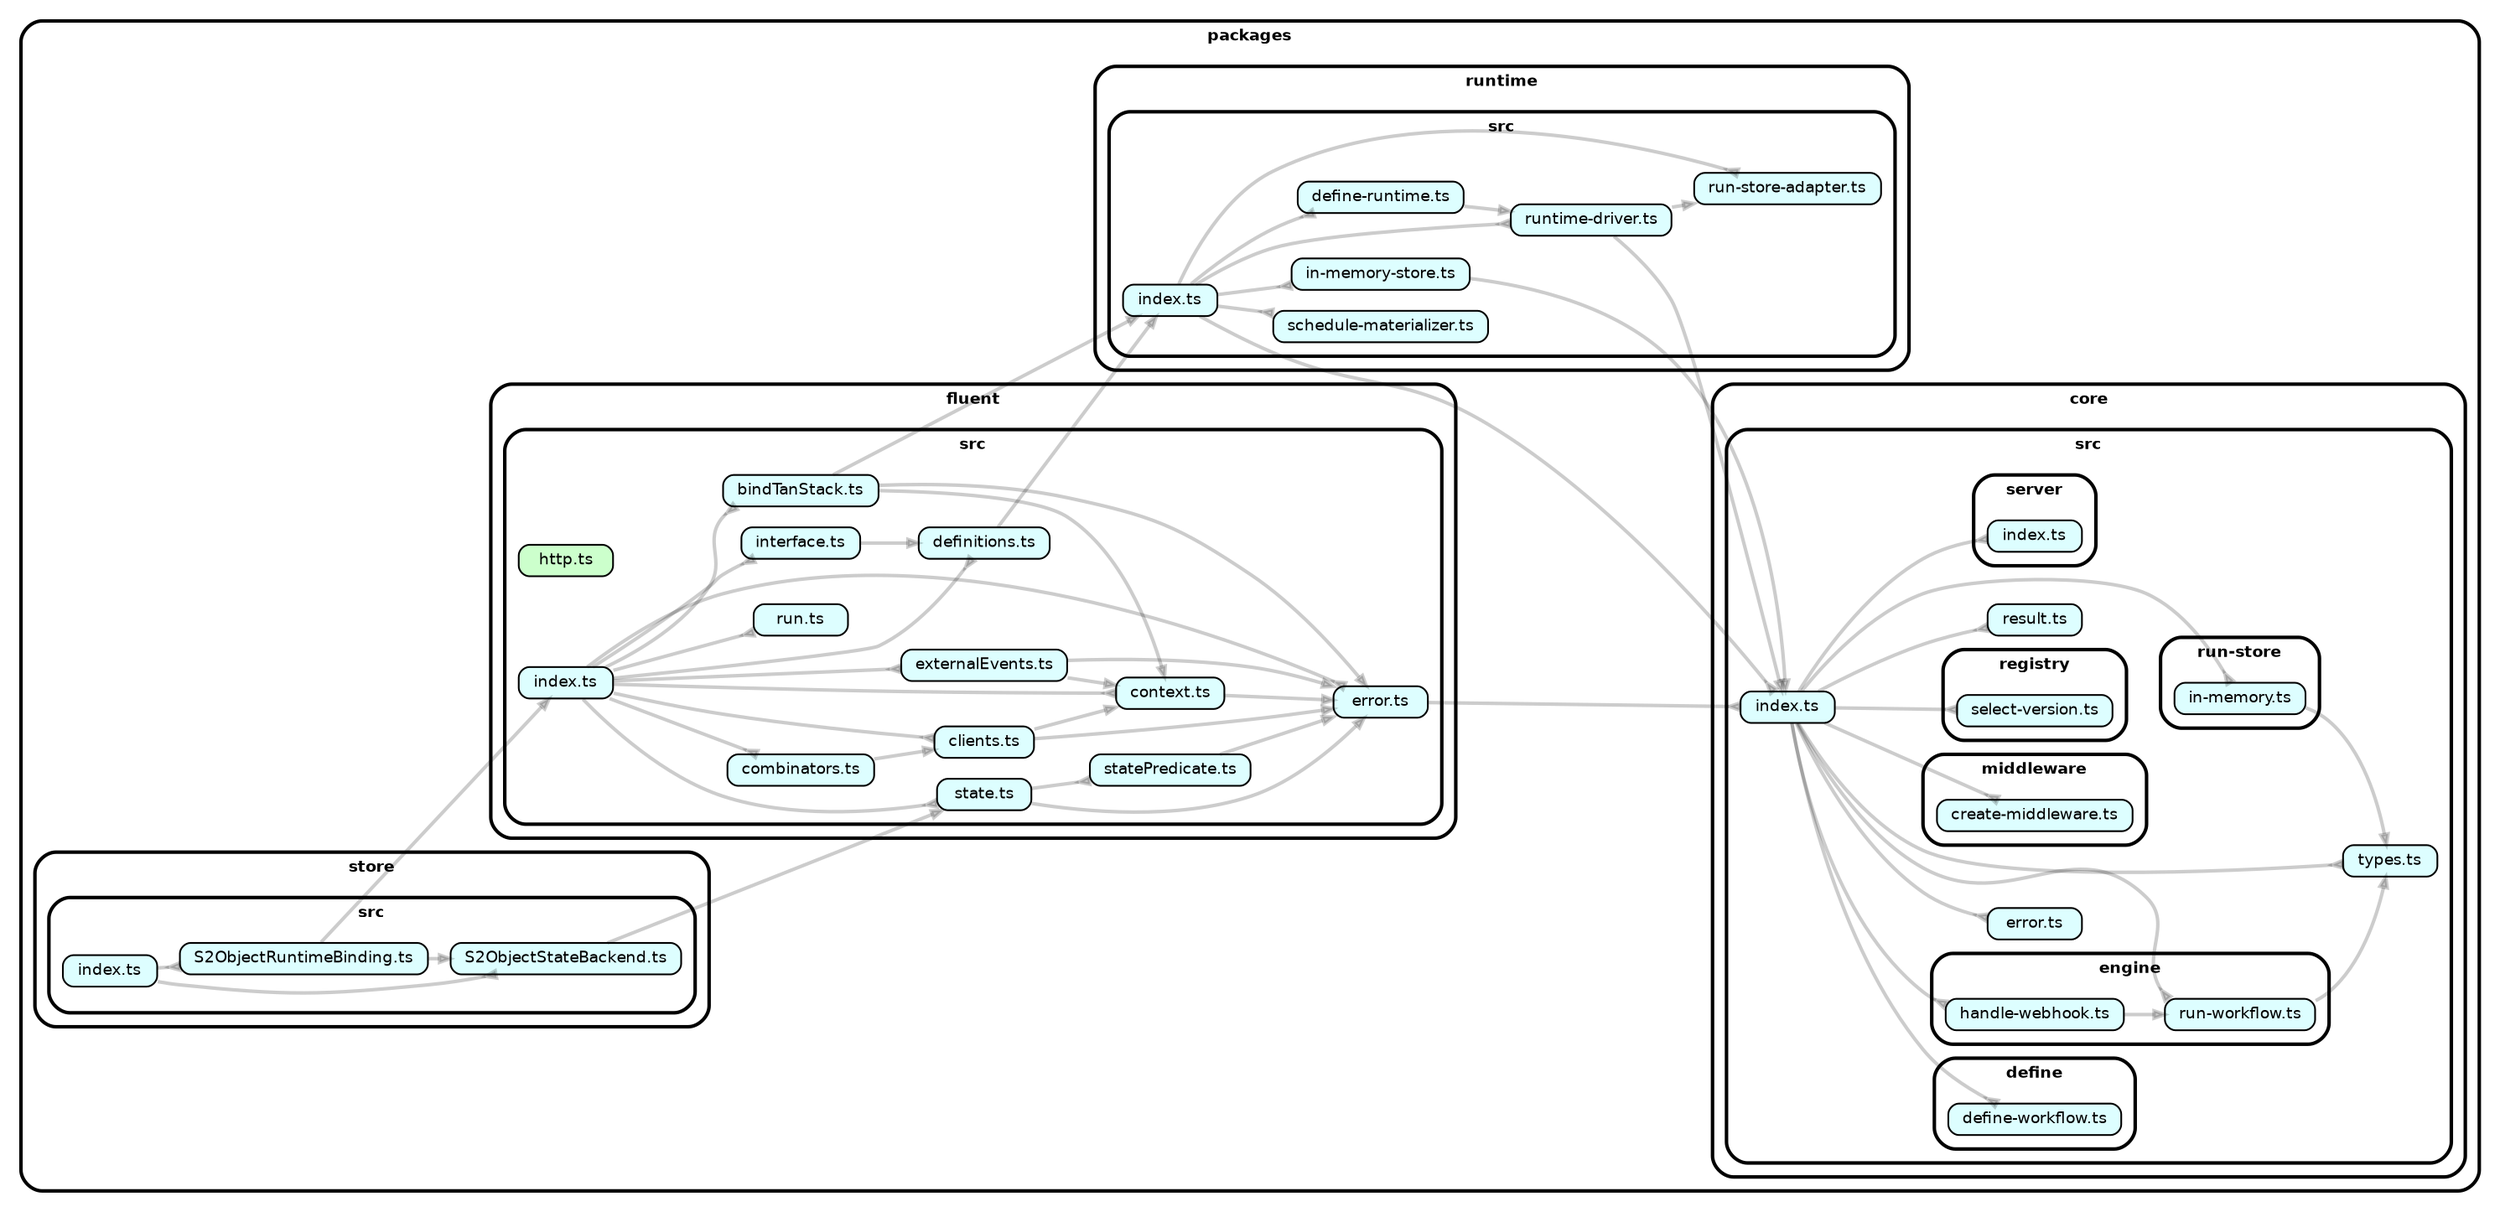
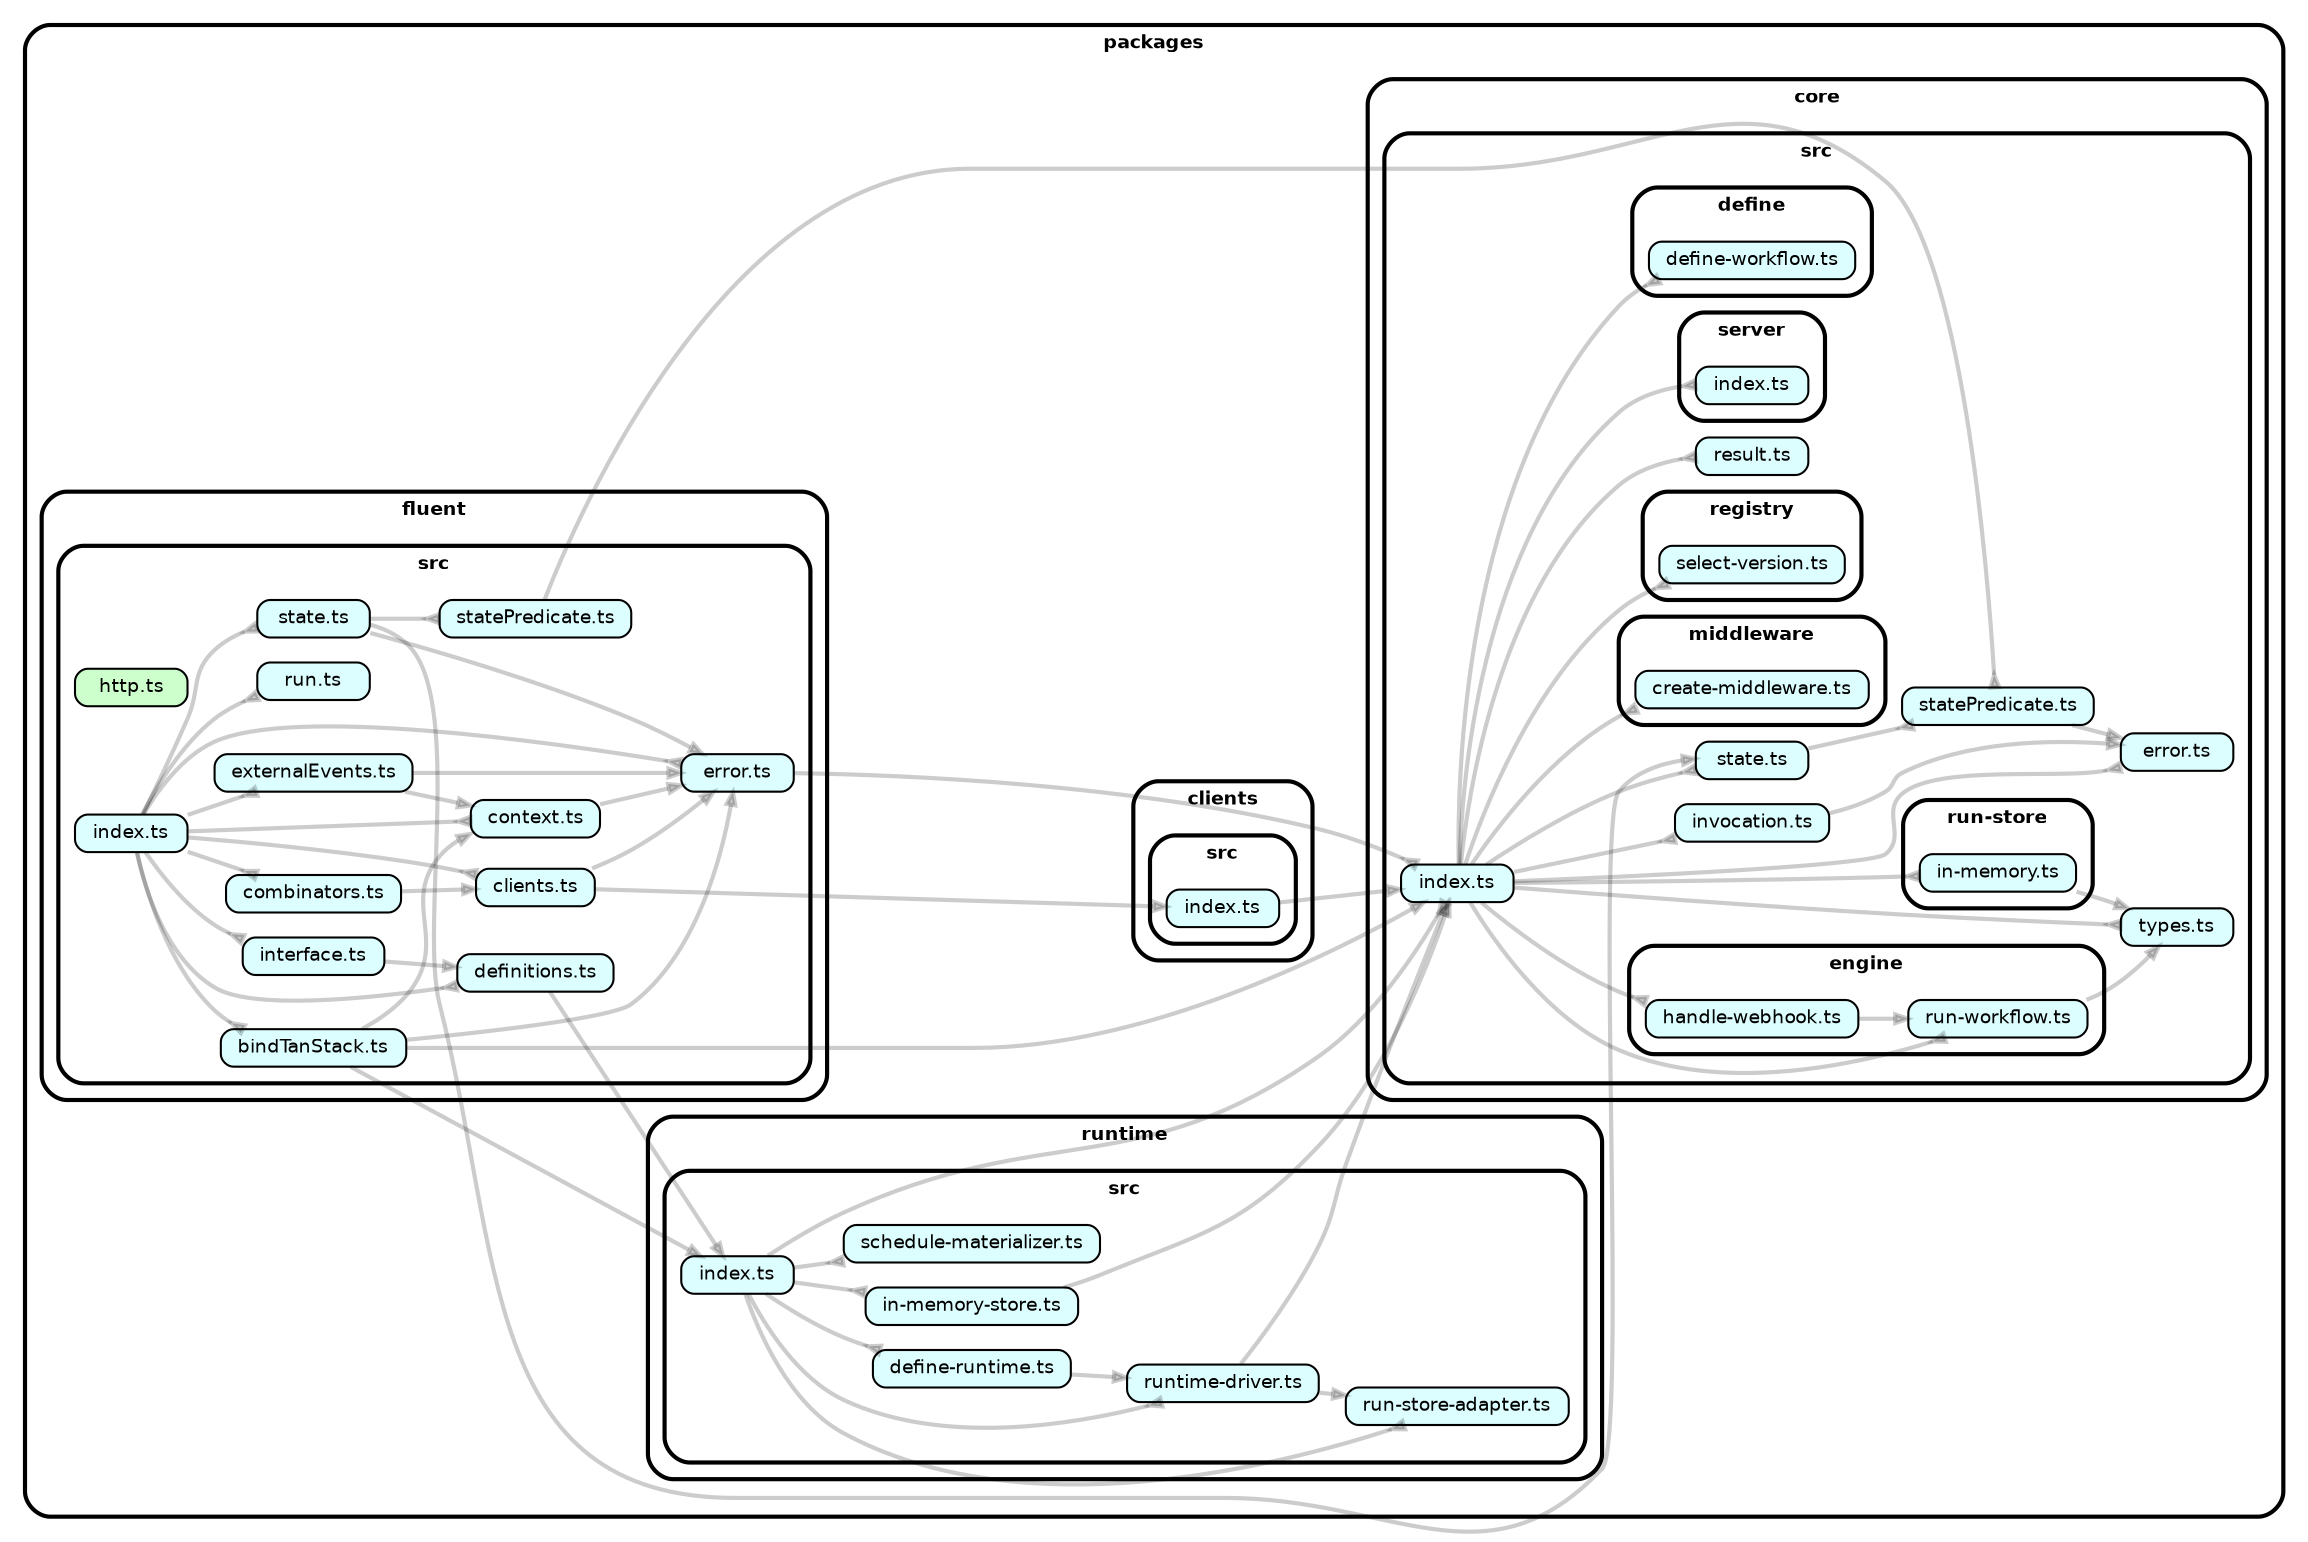
strict digraph "dependency-cruiser output"{
    rankdir="LR" splines="true" overlap="false" nodesep="0.16" ranksep="0.18" fontname="Helvetica-bold" fontsize="9" style="rounded,bold,filled" fillcolor="#ffffff" compound="true"
    node [shape="box" style="rounded, filled" height="0.2" color="black" fillcolor="#ffffcc" fontcolor="black" fontname="Helvetica" fontsize="9"]
    edge [arrowhead="normal" arrowsize="0.6" penwidth="2.0" color="#00000033" fontname="Helvetica" fontsize="9"]

+     subgraph "cluster_packages" {label="packages" subgraph "cluster_packages/clients" {label="clients" subgraph "cluster_packages/clients/src" {label="src" "packages/clients/src/index.ts" [label=<index.ts> tooltip="index.ts" URL="packages/clients/src/index.ts" fillcolor="#ddfeff"] } } }
+     "packages/clients/src/index.ts" -> "packages/core/src/index.ts"
    subgraph "cluster_packages" {label="packages" subgraph "cluster_packages/core" {label="core" subgraph "cluster_packages/core/src" {label="src" subgraph "cluster_packages/core/src/define" {label="define" "packages/core/src/define/define-workflow.ts" [label=<define-workflow.ts> tooltip="define-workflow.ts" URL="packages/core/src/define/define-workflow.ts" fillcolor="#ddfeff"] } } } }
    subgraph "cluster_packages" {label="packages" subgraph "cluster_packages/core" {label="core" subgraph "cluster_packages/core/src" {label="src" subgraph "cluster_packages/core/src/engine" {label="engine" "packages/core/src/engine/handle-webhook.ts" [label=<handle-webhook.ts> tooltip="handle-webhook.ts" URL="packages/core/src/engine/handle-webhook.ts" fillcolor="#ddfeff"] } } } }
    "packages/core/src/engine/handle-webhook.ts" -> "packages/core/src/engine/run-workflow.ts"
    subgraph "cluster_packages" {label="packages" subgraph "cluster_packages/core" {label="core" subgraph "cluster_packages/core/src" {label="src" subgraph "cluster_packages/core/src/engine" {label="engine" "packages/core/src/engine/run-workflow.ts" [label=<run-workflow.ts> tooltip="run-workflow.ts" URL="packages/core/src/engine/run-workflow.ts" fillcolor="#ddfeff"] } } } }
    "packages/core/src/engine/run-workflow.ts" -> "packages/core/src/types.ts"
    subgraph "cluster_packages" {label="packages" subgraph "cluster_packages/core" {label="core" subgraph "cluster_packages/core/src" {label="src" "packages/core/src/error.ts" [label=<error.ts> tooltip="error.ts" URL="packages/core/src/error.ts" fillcolor="#ddfeff"] } } }
    subgraph "cluster_packages" {label="packages" subgraph "cluster_packages/core" {label="core" subgraph "cluster_packages/core/src" {label="src" "packages/core/src/index.ts" [label=<index.ts> tooltip="index.ts" URL="packages/core/src/index.ts" fillcolor="#ddfeff"] } } }
    "packages/core/src/index.ts" -> "packages/core/src/define/define-workflow.ts" [arrowhead="inv"]
    "packages/core/src/index.ts" -> "packages/core/src/engine/handle-webhook.ts" [arrowhead="inv"]
    "packages/core/src/index.ts" -> "packages/core/src/engine/run-workflow.ts" [arrowhead="inv"]
    "packages/core/src/index.ts" -> "packages/core/src/error.ts" [arrowhead="inv"]
+     "packages/core/src/index.ts" -> "packages/core/src/invocation.ts" [arrowhead="inv"]
    "packages/core/src/index.ts" -> "packages/core/src/middleware/create-middleware.ts" [arrowhead="inv"]
    "packages/core/src/index.ts" -> "packages/core/src/registry/select-version.ts" [arrowhead="inv"]
    "packages/core/src/index.ts" -> "packages/core/src/result.ts" [arrowhead="inv"]
    "packages/core/src/index.ts" -> "packages/core/src/run-store/in-memory.ts" [arrowhead="inv"]
    "packages/core/src/index.ts" -> "packages/core/src/server/index.ts" [arrowhead="inv"]
+     "packages/core/src/index.ts" -> "packages/core/src/state.ts" [arrowhead="inv"]
    "packages/core/src/index.ts" -> "packages/core/src/types.ts" [arrowhead="inv"]
+     subgraph "cluster_packages" {label="packages" subgraph "cluster_packages/core" {label="core" subgraph "cluster_packages/core/src" {label="src" "packages/core/src/invocation.ts" [label=<invocation.ts> tooltip="invocation.ts" URL="packages/core/src/invocation.ts" fillcolor="#ddfeff"] } } }
+     "packages/core/src/invocation.ts" -> "packages/core/src/error.ts"
    subgraph "cluster_packages" {label="packages" subgraph "cluster_packages/core" {label="core" subgraph "cluster_packages/core/src" {label="src" subgraph "cluster_packages/core/src/middleware" {label="middleware" "packages/core/src/middleware/create-middleware.ts" [label=<create-middleware.ts> tooltip="create-middleware.ts" URL="packages/core/src/middleware/create-middleware.ts" fillcolor="#ddfeff"] } } } }
    subgraph "cluster_packages" {label="packages" subgraph "cluster_packages/core" {label="core" subgraph "cluster_packages/core/src" {label="src" subgraph "cluster_packages/core/src/registry" {label="registry" "packages/core/src/registry/select-version.ts" [label=<select-version.ts> tooltip="select-version.ts" URL="packages/core/src/registry/select-version.ts" fillcolor="#ddfeff"] } } } }
    subgraph "cluster_packages" {label="packages" subgraph "cluster_packages/core" {label="core" subgraph "cluster_packages/core/src" {label="src" "packages/core/src/result.ts" [label=<result.ts> tooltip="result.ts" URL="packages/core/src/result.ts" fillcolor="#ddfeff"] } } }
    subgraph "cluster_packages" {label="packages" subgraph "cluster_packages/core" {label="core" subgraph "cluster_packages/core/src" {label="src" subgraph "cluster_packages/core/src/run-store" {label="run-store" "packages/core/src/run-store/in-memory.ts" [label=<in-memory.ts> tooltip="in-memory.ts" URL="packages/core/src/run-store/in-memory.ts" fillcolor="#ddfeff"] } } } }
    "packages/core/src/run-store/in-memory.ts" -> "packages/core/src/types.ts"
    subgraph "cluster_packages" {label="packages" subgraph "cluster_packages/core" {label="core" subgraph "cluster_packages/core/src" {label="src" subgraph "cluster_packages/core/src/server" {label="server" "packages/core/src/server/index.ts" [label=<index.ts> tooltip="index.ts" URL="packages/core/src/server/index.ts" fillcolor="#ddfeff"] } } } }
+     subgraph "cluster_packages" {label="packages" subgraph "cluster_packages/core" {label="core" subgraph "cluster_packages/core/src" {label="src" "packages/core/src/state.ts" [label=<state.ts> tooltip="state.ts" URL="packages/core/src/state.ts" fillcolor="#ddfeff"] } } }
+     "packages/core/src/state.ts" -> "packages/core/src/statePredicate.ts" [arrowhead="inv"]
+     subgraph "cluster_packages" {label="packages" subgraph "cluster_packages/core" {label="core" subgraph "cluster_packages/core/src" {label="src" "packages/core/src/statePredicate.ts" [label=<statePredicate.ts> tooltip="statePredicate.ts" URL="packages/core/src/statePredicate.ts" fillcolor="#ddfeff"] } } }
+     "packages/core/src/statePredicate.ts" -> "packages/core/src/error.ts"
    subgraph "cluster_packages" {label="packages" subgraph "cluster_packages/core" {label="core" subgraph "cluster_packages/core/src" {label="src" "packages/core/src/types.ts" [label=<types.ts> tooltip="types.ts" URL="packages/core/src/types.ts" fillcolor="#ddfeff"] } } }
    subgraph "cluster_packages" {label="packages" subgraph "cluster_packages/fluent" {label="fluent" subgraph "cluster_packages/fluent/src" {label="src" "packages/fluent/src/bindTanStack.ts" [label=<bindTanStack.ts> tooltip="bindTanStack.ts" URL="packages/fluent/src/bindTanStack.ts" fillcolor="#ddfeff"] } } }
    "packages/fluent/src/bindTanStack.ts" -> "packages/fluent/src/context.ts"
    "packages/fluent/src/bindTanStack.ts" -> "packages/fluent/src/error.ts"
+     "packages/fluent/src/bindTanStack.ts" -> "packages/core/src/index.ts"
    "packages/fluent/src/bindTanStack.ts" -> "packages/runtime/src/index.ts"
    subgraph "cluster_packages" {label="packages" subgraph "cluster_packages/fluent" {label="fluent" subgraph "cluster_packages/fluent/src" {label="src" "packages/fluent/src/clients.ts" [label=<clients.ts> tooltip="clients.ts" URL="packages/fluent/src/clients.ts" fillcolor="#ddfeff"] } } }
-     "packages/fluent/src/clients.ts" -> "packages/fluent/src/context.ts"
    "packages/fluent/src/clients.ts" -> "packages/fluent/src/error.ts"
+     "packages/fluent/src/clients.ts" -> "packages/clients/src/index.ts"
    subgraph "cluster_packages" {label="packages" subgraph "cluster_packages/fluent" {label="fluent" subgraph "cluster_packages/fluent/src" {label="src" "packages/fluent/src/combinators.ts" [label=<combinators.ts> tooltip="combinators.ts" URL="packages/fluent/src/combinators.ts" fillcolor="#ddfeff"] } } }
    "packages/fluent/src/combinators.ts" -> "packages/fluent/src/clients.ts"
    subgraph "cluster_packages" {label="packages" subgraph "cluster_packages/fluent" {label="fluent" subgraph "cluster_packages/fluent/src" {label="src" "packages/fluent/src/context.ts" [label=<context.ts> tooltip="context.ts" URL="packages/fluent/src/context.ts" fillcolor="#ddfeff"] } } }
    "packages/fluent/src/context.ts" -> "packages/fluent/src/error.ts"
    subgraph "cluster_packages" {label="packages" subgraph "cluster_packages/fluent" {label="fluent" subgraph "cluster_packages/fluent/src" {label="src" "packages/fluent/src/definitions.ts" [label=<definitions.ts> tooltip="definitions.ts" URL="packages/fluent/src/definitions.ts" fillcolor="#ddfeff"] } } }
    "packages/fluent/src/definitions.ts" -> "packages/runtime/src/index.ts"
    subgraph "cluster_packages" {label="packages" subgraph "cluster_packages/fluent" {label="fluent" subgraph "cluster_packages/fluent/src" {label="src" "packages/fluent/src/error.ts" [label=<error.ts> tooltip="error.ts" URL="packages/fluent/src/error.ts" fillcolor="#ddfeff"] } } }
    "packages/fluent/src/error.ts" -> "packages/core/src/index.ts" [arrowhead="inv"]
    subgraph "cluster_packages" {label="packages" subgraph "cluster_packages/fluent" {label="fluent" subgraph "cluster_packages/fluent/src" {label="src" "packages/fluent/src/externalEvents.ts" [label=<externalEvents.ts> tooltip="externalEvents.ts" URL="packages/fluent/src/externalEvents.ts" fillcolor="#ddfeff"] } } }
    "packages/fluent/src/externalEvents.ts" -> "packages/fluent/src/context.ts"
    "packages/fluent/src/externalEvents.ts" -> "packages/fluent/src/error.ts"
    subgraph "cluster_packages" {label="packages" subgraph "cluster_packages/fluent" {label="fluent" subgraph "cluster_packages/fluent/src" {label="src" "packages/fluent/src/http.ts" [label=<http.ts> tooltip="http.ts" URL="packages/fluent/src/http.ts" fillcolor="#ccffcc"] } } }
    subgraph "cluster_packages" {label="packages" subgraph "cluster_packages/fluent" {label="fluent" subgraph "cluster_packages/fluent/src" {label="src" "packages/fluent/src/index.ts" [label=<index.ts> tooltip="index.ts" URL="packages/fluent/src/index.ts" fillcolor="#ddfeff"] } } }
    "packages/fluent/src/index.ts" -> "packages/fluent/src/bindTanStack.ts" [arrowhead="inv"]
    "packages/fluent/src/index.ts" -> "packages/fluent/src/clients.ts" [arrowhead="inv"]
    "packages/fluent/src/index.ts" -> "packages/fluent/src/combinators.ts" [arrowhead="inv"]
    "packages/fluent/src/index.ts" -> "packages/fluent/src/context.ts" [arrowhead="inv"]
    "packages/fluent/src/index.ts" -> "packages/fluent/src/definitions.ts" [arrowhead="inv"]
    "packages/fluent/src/index.ts" -> "packages/fluent/src/error.ts" [arrowhead="inv"]
    "packages/fluent/src/index.ts" -> "packages/fluent/src/externalEvents.ts" [arrowhead="inv"]
    "packages/fluent/src/index.ts" -> "packages/fluent/src/interface.ts" [arrowhead="inv"]
    "packages/fluent/src/index.ts" -> "packages/fluent/src/run.ts" [arrowhead="inv"]
    "packages/fluent/src/index.ts" -> "packages/fluent/src/state.ts" [arrowhead="inv"]
    subgraph "cluster_packages" {label="packages" subgraph "cluster_packages/fluent" {label="fluent" subgraph "cluster_packages/fluent/src" {label="src" "packages/fluent/src/interface.ts" [label=<interface.ts> tooltip="interface.ts" URL="packages/fluent/src/interface.ts" fillcolor="#ddfeff"] } } }
    "packages/fluent/src/interface.ts" -> "packages/fluent/src/definitions.ts"
    subgraph "cluster_packages" {label="packages" subgraph "cluster_packages/fluent" {label="fluent" subgraph "cluster_packages/fluent/src" {label="src" "packages/fluent/src/run.ts" [label=<run.ts> tooltip="run.ts" URL="packages/fluent/src/run.ts" fillcolor="#ddfeff"] } } }
    subgraph "cluster_packages" {label="packages" subgraph "cluster_packages/fluent" {label="fluent" subgraph "cluster_packages/fluent/src" {label="src" "packages/fluent/src/state.ts" [label=<state.ts> tooltip="state.ts" URL="packages/fluent/src/state.ts" fillcolor="#ddfeff"] } } }
    "packages/fluent/src/state.ts" -> "packages/fluent/src/error.ts"
    "packages/fluent/src/state.ts" -> "packages/fluent/src/statePredicate.ts" [arrowhead="inv"]
+     "packages/fluent/src/state.ts" -> "packages/core/src/state.ts"
    subgraph "cluster_packages" {label="packages" subgraph "cluster_packages/fluent" {label="fluent" subgraph "cluster_packages/fluent/src" {label="src" "packages/fluent/src/statePredicate.ts" [label=<statePredicate.ts> tooltip="statePredicate.ts" URL="packages/fluent/src/statePredicate.ts" fillcolor="#ddfeff"] } } }
-     "packages/fluent/src/statePredicate.ts" -> "packages/fluent/src/error.ts"
+     "packages/fluent/src/statePredicate.ts" -> "packages/core/src/statePredicate.ts" [arrowhead="inv"]
    subgraph "cluster_packages" {label="packages" subgraph "cluster_packages/runtime" {label="runtime" subgraph "cluster_packages/runtime/src" {label="src" "packages/runtime/src/define-runtime.ts" [label=<define-runtime.ts> tooltip="define-runtime.ts" URL="packages/runtime/src/define-runtime.ts" fillcolor="#ddfeff"] } } }
    "packages/runtime/src/define-runtime.ts" -> "packages/runtime/src/runtime-driver.ts"
    subgraph "cluster_packages" {label="packages" subgraph "cluster_packages/runtime" {label="runtime" subgraph "cluster_packages/runtime/src" {label="src" "packages/runtime/src/in-memory-store.ts" [label=<in-memory-store.ts> tooltip="in-memory-store.ts" URL="packages/runtime/src/in-memory-store.ts" fillcolor="#ddfeff"] } } }
    "packages/runtime/src/in-memory-store.ts" -> "packages/core/src/index.ts"
    subgraph "cluster_packages" {label="packages" subgraph "cluster_packages/runtime" {label="runtime" subgraph "cluster_packages/runtime/src" {label="src" "packages/runtime/src/index.ts" [label=<index.ts> tooltip="index.ts" URL="packages/runtime/src/index.ts" fillcolor="#ddfeff"] } } }
    "packages/runtime/src/index.ts" -> "packages/runtime/src/define-runtime.ts" [arrowhead="inv"]
    "packages/runtime/src/index.ts" -> "packages/runtime/src/in-memory-store.ts" [arrowhead="inv"]
    "packages/runtime/src/index.ts" -> "packages/runtime/src/run-store-adapter.ts" [arrowhead="inv"]
    "packages/runtime/src/index.ts" -> "packages/runtime/src/runtime-driver.ts" [arrowhead="inv"]
    "packages/runtime/src/index.ts" -> "packages/runtime/src/schedule-materializer.ts" [arrowhead="inv"]
    "packages/runtime/src/index.ts" -> "packages/core/src/index.ts" [arrowhead="inv"]
    subgraph "cluster_packages" {label="packages" subgraph "cluster_packages/runtime" {label="runtime" subgraph "cluster_packages/runtime/src" {label="src" "packages/runtime/src/run-store-adapter.ts" [label=<run-store-adapter.ts> tooltip="run-store-adapter.ts" URL="packages/runtime/src/run-store-adapter.ts" fillcolor="#ddfeff"] } } }
    subgraph "cluster_packages" {label="packages" subgraph "cluster_packages/runtime" {label="runtime" subgraph "cluster_packages/runtime/src" {label="src" "packages/runtime/src/runtime-driver.ts" [label=<runtime-driver.ts> tooltip="runtime-driver.ts" URL="packages/runtime/src/runtime-driver.ts" fillcolor="#ddfeff"] } } }
    "packages/runtime/src/runtime-driver.ts" -> "packages/runtime/src/run-store-adapter.ts"
    "packages/runtime/src/runtime-driver.ts" -> "packages/core/src/index.ts"
    subgraph "cluster_packages" {label="packages" subgraph "cluster_packages/runtime" {label="runtime" subgraph "cluster_packages/runtime/src" {label="src" "packages/runtime/src/schedule-materializer.ts" [label=<schedule-materializer.ts> tooltip="schedule-materializer.ts" URL="packages/runtime/src/schedule-materializer.ts" fillcolor="#ddfeff"] } } }
-     subgraph "cluster_packages" {label="packages" subgraph "cluster_packages/store" {label="store" subgraph "cluster_packages/store/src" {label="src" "packages/store/src/S2ObjectRuntimeBinding.ts" [label=<S2ObjectRuntimeBinding.ts> tooltip="S2ObjectRuntimeBinding.ts" URL="packages/store/src/S2ObjectRuntimeBinding.ts" fillcolor="#ddfeff"] } } }
-     "packages/store/src/S2ObjectRuntimeBinding.ts" -> "packages/store/src/S2ObjectStateBackend.ts"
-     "packages/store/src/S2ObjectRuntimeBinding.ts" -> "packages/fluent/src/index.ts"
-     subgraph "cluster_packages" {label="packages" subgraph "cluster_packages/store" {label="store" subgraph "cluster_packages/store/src" {label="src" "packages/store/src/S2ObjectStateBackend.ts" [label=<S2ObjectStateBackend.ts> tooltip="S2ObjectStateBackend.ts" URL="packages/store/src/S2ObjectStateBackend.ts" fillcolor="#ddfeff"] } } }
-     "packages/store/src/S2ObjectStateBackend.ts" -> "packages/fluent/src/state.ts"
-     subgraph "cluster_packages" {label="packages" subgraph "cluster_packages/store" {label="store" subgraph "cluster_packages/store/src" {label="src" "packages/store/src/index.ts" [label=<index.ts> tooltip="index.ts" URL="packages/store/src/index.ts" fillcolor="#ddfeff"] } } }
-     "packages/store/src/index.ts" -> "packages/store/src/S2ObjectRuntimeBinding.ts" [arrowhead="inv"]
-     "packages/store/src/index.ts" -> "packages/store/src/S2ObjectStateBackend.ts" [arrowhead="inv"]
}
